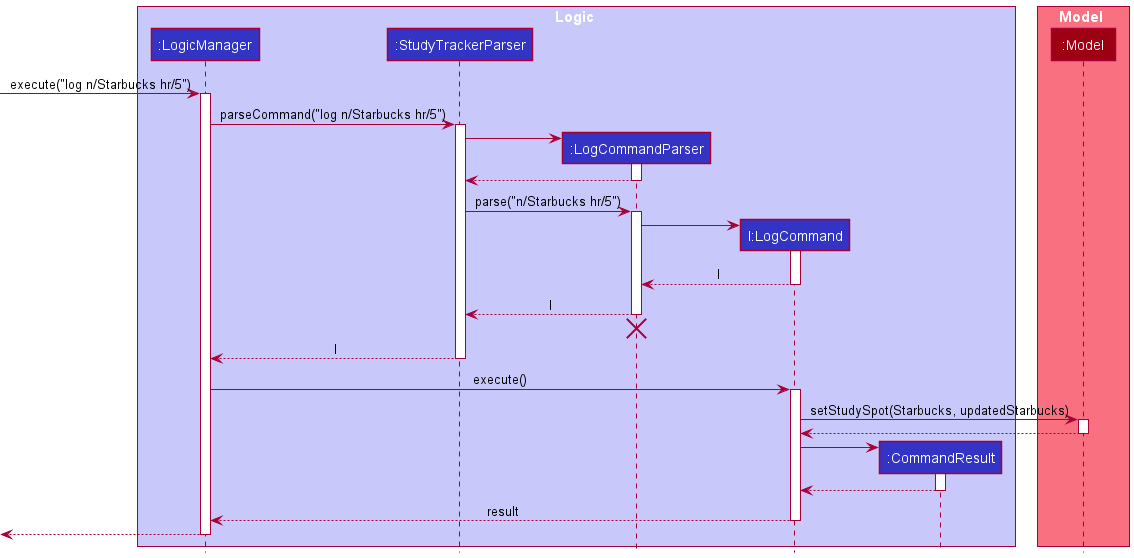
ruoyann/tp keeps this PlantUML diagram as docs/images/LogSequenceDiagram.png. Above is the earlier version. Its diagram source:
```plantuml
@startuml
!include style.puml

box Logic LOGIC_COLOR_T1
participant ":LogicManager" as LogicManager LOGIC_COLOR
participant ":StudyTrackerParser" as StudyTrackerParser LOGIC_COLOR
participant ":LogCommandParser" as LogCommandParser LOGIC_COLOR
participant "l:LogCommand" as LogCommand LOGIC_COLOR
participant ":CommandResult" as CommandResult LOGIC_COLOR
end box

box Model MODEL_COLOR_T1
participant ":Model" as Model MODEL_COLOR
end box

[-> LogicManager : execute("log n/Starbucks hr/5")
activate LogicManager

LogicManager -> StudyTrackerParser : parseCommand("log n/Starbucks hr/5")
activate StudyTrackerParser

create LogCommandParser
StudyTrackerParser -> LogCommandParser
activate LogCommandParser

LogCommandParser --> StudyTrackerParser
deactivate LogCommandParser

StudyTrackerParser -> LogCommandParser : parse("n/Starbucks hr/5")
activate LogCommandParser

create LogCommand
LogCommandParser -> LogCommand
activate LogCommand

LogCommand --> LogCommandParser : l
deactivate LogCommand

LogCommandParser --> StudyTrackerParser : l
deactivate LogCommandParser
LogCommandParser -[hidden]-> StudyTrackerParser
destroy LogCommandParser

StudyTrackerParser --> LogicManager : l
deactivate StudyTrackerParser

LogicManager -> LogCommand : execute()
activate LogCommand

LogCommand -> Model : setStudySpot(Starbucks, updatedStarbucks)
activate Model

Model --> LogCommand
deactivate Model

create CommandResult
LogCommand -> CommandResult
activate CommandResult

CommandResult --> LogCommand
deactivate CommandResult

LogCommand --> LogicManager : result
deactivate LogCommand

[<--LogicManager
deactivate LogicManager
@enduml
```
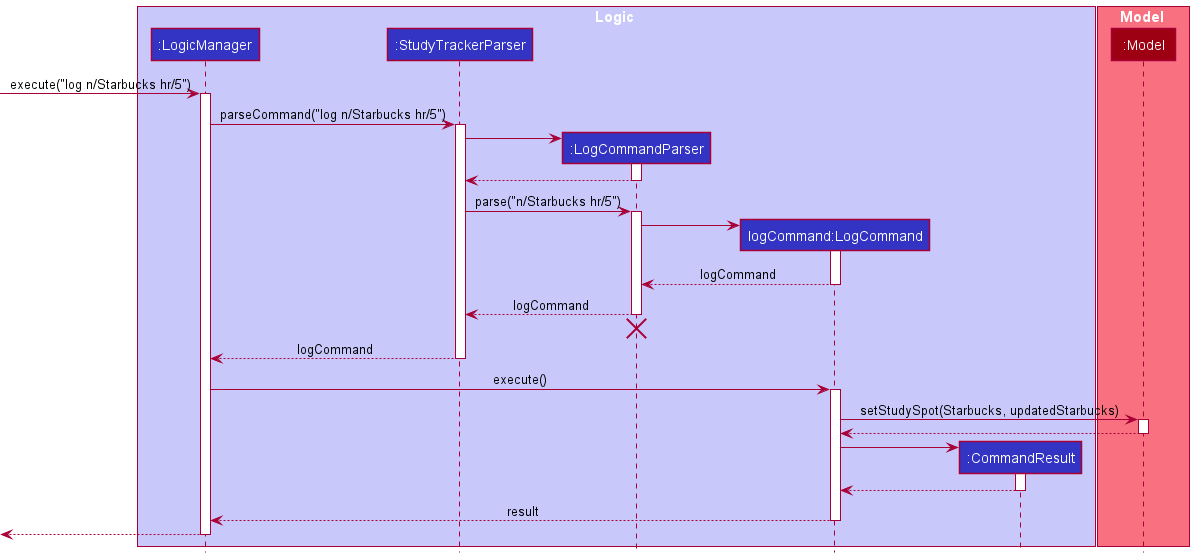
Later version of the same file.

Commit message:
Address changes in PR, add 1 more sequence diagram

Diff of the diagram source:
```diff
@@ -5,7 +5,7 @@
 participant ":LogicManager" as LogicManager LOGIC_COLOR
 participant ":StudyTrackerParser" as StudyTrackerParser LOGIC_COLOR
 participant ":LogCommandParser" as LogCommandParser LOGIC_COLOR
-participant "l:LogCommand" as LogCommand LOGIC_COLOR
+participant "logCommand:LogCommand" as LogCommand LOGIC_COLOR
 participant ":CommandResult" as CommandResult LOGIC_COLOR
 end box
 
@@ -33,15 +33,15 @@
 LogCommandParser -> LogCommand
 activate LogCommand
 
-LogCommand --> LogCommandParser : l
+LogCommand --> LogCommandParser : logCommand
 deactivate LogCommand
 
-LogCommandParser --> StudyTrackerParser : l
+LogCommandParser --> StudyTrackerParser : logCommand
 deactivate LogCommandParser
 LogCommandParser -[hidden]-> StudyTrackerParser
 destroy LogCommandParser
 
-StudyTrackerParser --> LogicManager : l
+StudyTrackerParser --> LogicManager : logCommand
 deactivate StudyTrackerParser
 
 LogicManager -> LogCommand : execute()
```
